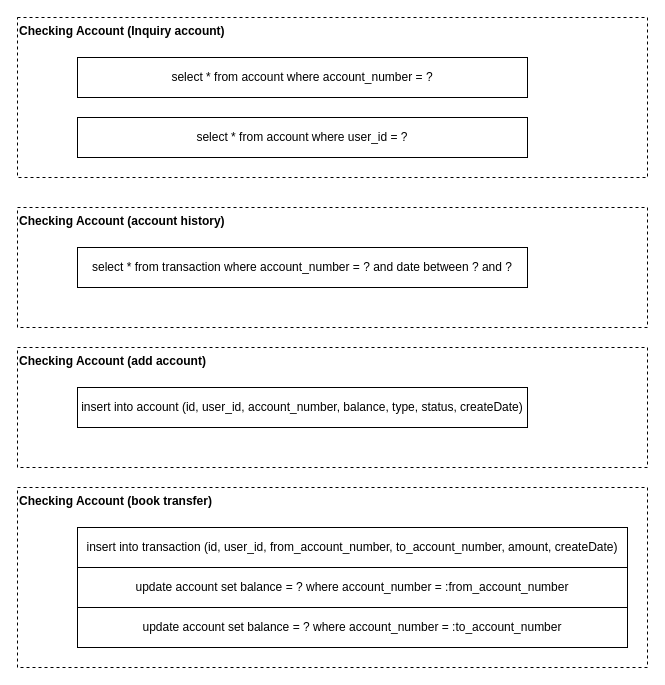
Earlier version of the draw.io diagram architecture/john-doe-bank/03.data-structure.drawio (codegik/pocs). Source tidied: cells renumbered, new cells numbered last; positions are measured from the earlier drawing's top-left corner, leaving out a move shared by most shapes. Both pictures are drawn from the tidied source at 100%, with x=0, y=0 at pixel (17, 17).
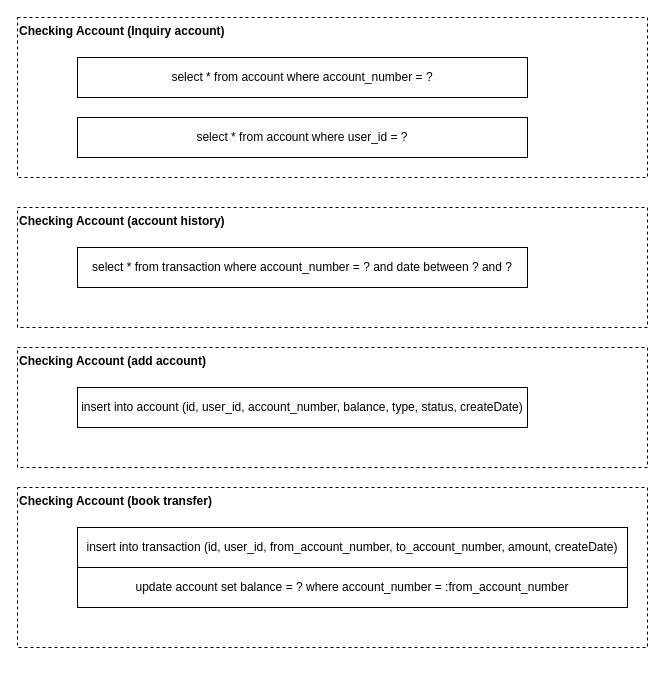
Above is the later version.

What changed in the source:
```diff
@@
 <mxGraphModel>
   <root>
     <mxCell id="0" />
     <mxCell id="1" parent="0" />
     <mxCell id="2" value="Checking Account (account history)" style="rounded=0;whiteSpace=wrap;html=1;align=left;verticalAlign=top;dashed=1;fontStyle=1;" parent="1" vertex="1">
       <mxGeometry y="190" width="630" height="120" as="geometry" />
     </mxCell>
     <mxCell id="3" value="select * from transaction where account_number = ? and date between ? and ?" style="rounded=0;whiteSpace=wrap;html=1;" parent="1" vertex="1">
       <mxGeometry x="60" y="230" width="450" height="40" as="geometry" />
     </mxCell>
     <mxCell id="4" value="Checking Account (Inquiry account)" style="rounded=0;whiteSpace=wrap;html=1;align=left;verticalAlign=top;dashed=1;fontStyle=1;" parent="1" vertex="1">
       <mxGeometry width="630" height="160" as="geometry" />
     </mxCell>
     <mxCell id="5" value="select * from account where account_number = ?" style="rounded=0;whiteSpace=wrap;html=1;" parent="1" vertex="1">
       <mxGeometry x="60" y="40" width="450" height="40" as="geometry" />
     </mxCell>
     <mxCell id="6" value="select * from account where user_id = ?" style="rounded=0;whiteSpace=wrap;html=1;" parent="1" vertex="1">
       <mxGeometry x="60" y="100" width="450" height="40" as="geometry" />
     </mxCell>
     <mxCell id="7" value="Checking Account (add account)" style="rounded=0;whiteSpace=wrap;html=1;align=left;verticalAlign=top;dashed=1;fontStyle=1;" parent="1" vertex="1">
       <mxGeometry y="330" width="630" height="120" as="geometry" />
     </mxCell>
     <mxCell id="8" value="insert into account (id, user_id, account_number, balance, type, status, createDate)" style="rounded=0;whiteSpace=wrap;html=1;" parent="1" vertex="1">
       <mxGeometry x="60" y="370" width="450" height="40" as="geometry" />
     </mxCell>
     <mxCell id="9" value="Checking Account (book transfer)" style="rounded=0;whiteSpace=wrap;html=1;align=left;verticalAlign=top;dashed=1;fontStyle=1;" parent="1" vertex="1">
-      <mxGeometry y="470" width="630" height="180" as="geometry" />
+      <mxGeometry y="470" width="630" height="160" as="geometry" />
     </mxCell>
     <mxCell id="10" value="insert into transaction (id, user_id, from_account_number, to_account_number, amount, createDate)" style="rounded=0;whiteSpace=wrap;html=1;" parent="1" vertex="1">
       <mxGeometry x="60" y="510" width="550" height="40" as="geometry" />
     </mxCell>
     <mxCell id="11" value="update account set balance = ? where account_number = :from_account_number" style="rounded=0;whiteSpace=wrap;html=1;" parent="1" vertex="1">
       <mxGeometry x="60" y="550" width="550" height="40" as="geometry" />
     </mxCell>
-    <mxCell id="12" value="update account set balance = ? where account_number = :to_account_number" style="rounded=0;whiteSpace=wrap;html=1;" parent="1" vertex="1">
-      <mxGeometry x="60" y="590" width="550" height="40" as="geometry" />
-    </mxCell>
   </root>
 </mxGraphModel>
```
